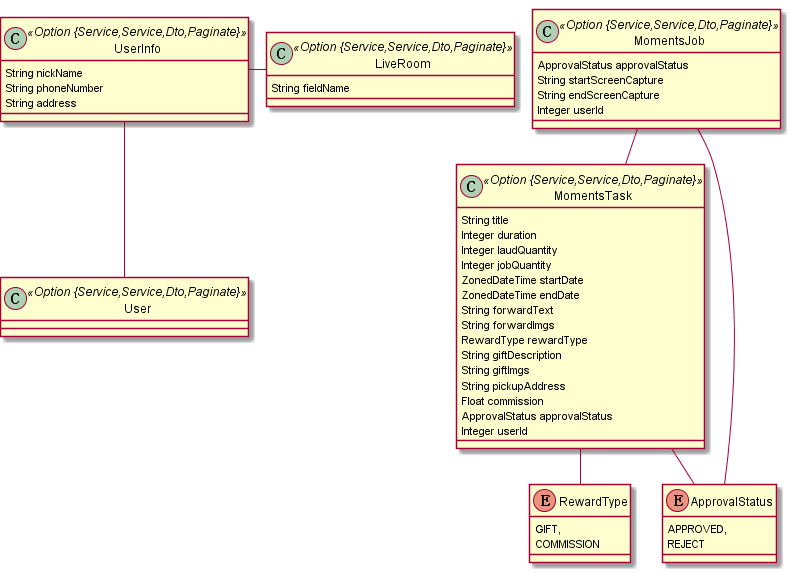
This is models/uaav1.png from lsfoo/share-task, a PlantUML export, as it was before one commit.
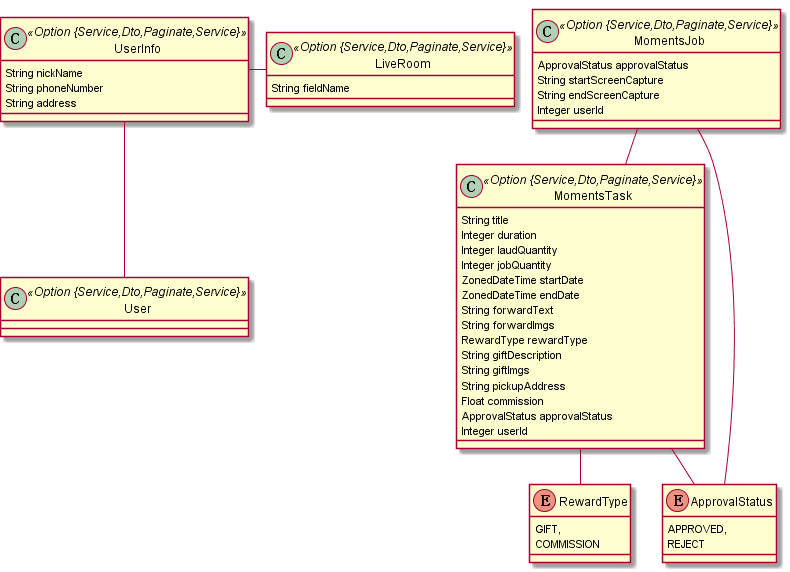
Above is the later version.

Diff of the diagram source:
```diff
@@ -1,15 +1,15 @@
 @startuml
 	!pragma graphviz_dot jdot
 	!pragma syntax class
-	class UserInfo <<Option {Service,Service,Dto,Paginate}>> {
+	class UserInfo <<Option {Service,Dto,Paginate,Service}>> {
 		String nickName
 		String phoneNumber
 		String address
 	}
-	class LiveRoom <<Option {Service,Service,Dto,Paginate}>> {
+	class LiveRoom <<Option {Service,Dto,Paginate,Service}>> {
 		String fieldName
 	}
-	class MomentsTask <<Option {Service,Service,Dto,Paginate}>> {
+	class MomentsTask <<Option {Service,Dto,Paginate,Service}>> {
 		String title
 		Integer duration
 		Integer laudQuantity
@@ -36,7 +36,7 @@
 		APPROVED,
 		REJECT
 	}
-	class MomentsJob <<Option {Service,Service,Dto,Paginate}>> {
+	class MomentsJob <<Option {Service,Dto,Paginate,Service}>> {
 		ApprovalStatus approvalStatus
 		String startScreenCapture
 		String endScreenCapture
@@ -44,6 +44,6 @@
 	}
 	MomentsJob ..> ApprovalStatus
 	MomentsJob  "task(title) 0..* " o-- "0..1 "  MomentsTask
-	class User <<Option {Service,Service,Dto,Paginate}>> {
+	class User <<Option {Service,Dto,Paginate,Service}>> {
 	}
 @enduml
```
